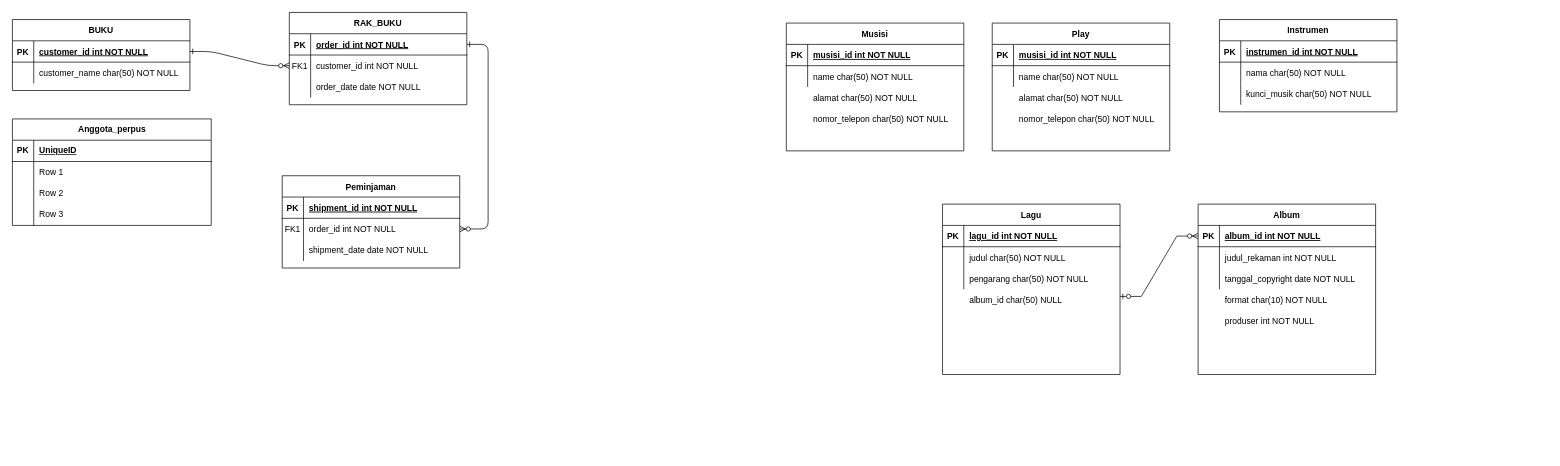
josephgreffenkomala/Basis-Data keeps this draw.io diagram as Untitled Diagram.drawio. Above is the earlier version. Source tidied: cells renumbered, new cells numbered last; positions are measured from the earlier drawing's top-left corner, leaving out a move shared by most shapes. Both pictures are drawn from the tidied source at 71%, with x=0, y=0 at pixel (12, 12).
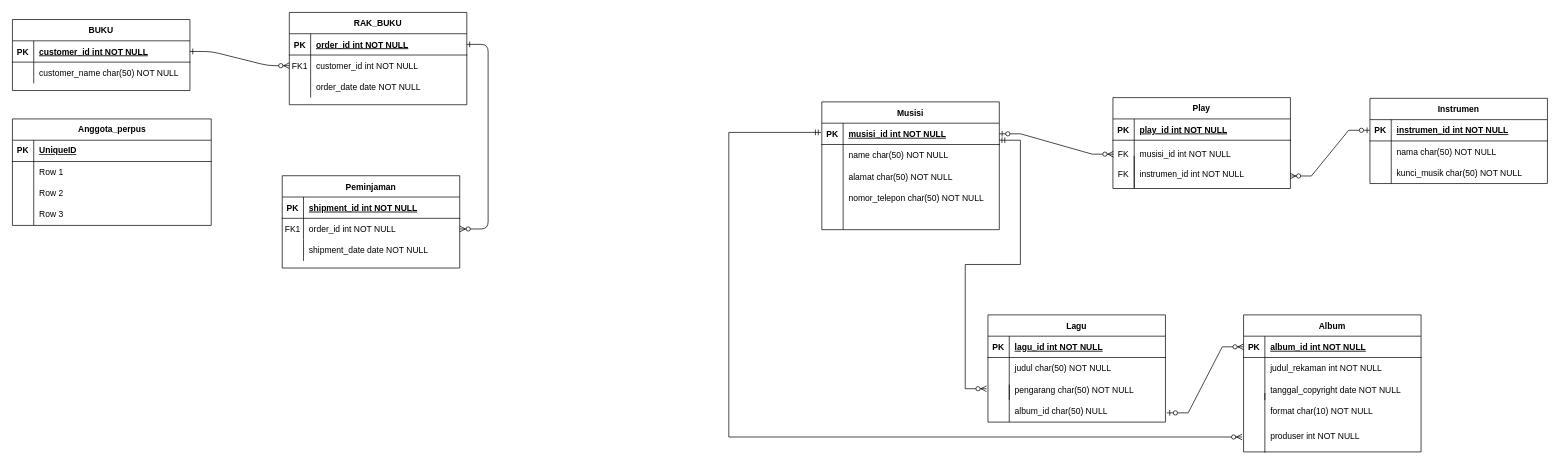
After the change.

Unchanged cells that the change refers to:
```xml
<mxCell id="32" style="shape=partialRectangle;fillColor=none;points=[[0,0.5],[1,0.5]];portConstraint=eastwest;top=0;left=0;right=0;bottom=1;" parent="31" vertex="1">
  <mxGeometry y="30" width="250" height="30" as="geometry" />
</mxCell>
<mxCell id="42" style="shape=partialRectangle;fillColor=none;points=[[0,0.5],[1,0.5]];portConstraint=eastwest;top=0;left=0;right=0;bottom=1;" parent="41" vertex="1">
  <mxGeometry y="30" width="250" height="30" as="geometry" />
</mxCell>
<mxCell id="52" style="shape=partialRectangle;fillColor=none;points=[[0,0.5],[1,0.5]];portConstraint=eastwest;top=0;left=0;right=0;bottom=1;" parent="51" vertex="1">
  <mxGeometry y="30" width="250" height="30" as="geometry" />
</mxCell>
```

What changed in the source:
```diff
@@
     <mxCell id="31" value="Instrumen" style="shape=table;startSize=30;childLayout=tableLayout;rowLines=0;fontStyle=1;align=center;" parent="1" vertex="1">
-      <mxGeometry x="1700" y="10" width="250" height="130" as="geometry" />
+      <mxGeometry x="1912" y="121" width="250" height="120" as="geometry" />
     </mxCell>
@@
     <mxCell id="41" value="Album" style="shape=table;startSize=30;childLayout=tableLayout;rowLines=0;fontStyle=1;align=center;" parent="1" vertex="1">
-      <mxGeometry x="1670" y="270" width="250" height="240" as="geometry" />
+      <mxGeometry x="1734" y="426" width="250" height="193" as="geometry" />
     </mxCell>
@@
     <mxCell id="51" value="Musisi" style="shape=table;startSize=30;childLayout=tableLayout;rowLines=0;fontStyle=1;align=center;" parent="1" vertex="1">
-      <mxGeometry x="1090" y="15" width="250" height="180" as="geometry" />
+      <mxGeometry x="1140" y="126" width="250" height="180" as="geometry" />
     </mxCell>
@@
     <mxCell id="58" value="alamat char(50) NOT NULL" style="shape=partialRectangle;overflow=hidden;fillColor=none;top=0;left=0;bottom=0;right=0;align=left;spacingLeft=6;" parent="1" vertex="1">
-      <mxGeometry x="1120" y="105" width="220" height="30" as="geometry" />
+      <mxGeometry x="1170" y="216" width="220" height="30" as="geometry" />
     </mxCell>
     <mxCell id="59" value="nomor_telepon char(50) NOT NULL" style="shape=partialRectangle;overflow=hidden;fillColor=none;top=0;left=0;bottom=0;right=0;align=left;spacingLeft=6;" parent="1" vertex="1">
-      <mxGeometry x="1120" y="135" width="220" height="30" as="geometry" />
+      <mxGeometry x="1170" y="246" width="220" height="30" as="geometry" />
     </mxCell>
     <mxCell id="60" value="format char(10) NOT NULL" style="shape=partialRectangle;overflow=hidden;fillColor=none;top=0;left=0;bottom=0;right=0;align=left;spacingLeft=6;" parent="1" vertex="1">
-      <mxGeometry x="1700" y="390" width="220" height="30" as="geometry" />
+      <mxGeometry x="1764" y="546" width="220" height="30" as="geometry" />
     </mxCell>
     <mxCell id="61" value="Lagu" style="shape=table;startSize=30;childLayout=tableLayout;rowLines=0;fontStyle=1;align=center;" parent="1" vertex="1">
-      <mxGeometry x="1310" y="270" width="250" height="240" as="geometry" />
+      <mxGeometry x="1374" y="426" width="250" height="151" as="geometry" />
     </mxCell>
@@
-    <mxCell id="71" value="Play" style="shape=table;startSize=30;childLayout=tableLayout;rowLines=0;fontStyle=1;align=center;" parent="1" vertex="1">
-      <mxGeometry x="1380" y="15" width="250" height="180" as="geometry" />
-    </mxCell>
-    <mxCell id="72" style="shape=partialRectangle;fillColor=none;top=0;left=0;right=0;bottom=1;" parent="71" vertex="1">
-      <mxGeometry y="30" width="250" height="30" as="geometry" />
-    </mxCell>
-    <mxCell id="73" value="PK" style="shape=partialRectangle;overflow=hidden;fillColor=none;top=0;left=0;bottom=0;right=0;fontStyle=1;" parent="72" vertex="1">
-      <mxGeometry width="30" height="30" as="geometry" />
-    </mxCell>
-    <mxCell id="74" value="musisi_id int NOT NULL " style="shape=partialRectangle;overflow=hidden;fillColor=none;top=0;left=0;bottom=0;right=0;align=left;spacingLeft=6;fontStyle=5;" parent="72" vertex="1">
-      <mxGeometry x="30" width="220" height="30" as="geometry" />
-    </mxCell>
-    <mxCell id="75" style="shape=partialRectangle;fillColor=none;points=[[0,0.5],[1,0.5]];portConstraint=eastwest;top=0;left=0;right=0;bottom=0;" parent="71" vertex="1">
-      <mxGeometry y="60" width="250" height="30" as="geometry" />
-    </mxCell>
-    <mxCell id="76" style="shape=partialRectangle;overflow=hidden;fillColor=none;top=0;left=0;bottom=0;right=0;" parent="75" vertex="1">
-      <mxGeometry width="30" height="30" as="geometry" />
-    </mxCell>
-    <mxCell id="77" value="name char(50) NOT NULL" style="shape=partialRectangle;overflow=hidden;fillColor=none;top=0;left=0;bottom=0;right=0;align=left;spacingLeft=6;" parent="75" vertex="1">
-      <mxGeometry x="30" width="220" height="30" as="geometry" />
-    </mxCell>
-    <mxCell id="78" value="alamat char(50) NOT NULL" style="shape=partialRectangle;overflow=hidden;fillColor=none;top=0;left=0;bottom=0;right=0;align=left;spacingLeft=6;" parent="1" vertex="1">
-      <mxGeometry x="1410" y="105" width="220" height="30" as="geometry" />
-    </mxCell>
-    <mxCell id="79" value="nomor_telepon char(50) NOT NULL" style="shape=partialRectangle;overflow=hidden;fillColor=none;top=0;left=0;bottom=0;right=0;align=left;spacingLeft=6;" parent="1" vertex="1">
-      <mxGeometry x="1410" y="135" width="220" height="30" as="geometry" />
-    </mxCell>
     <mxCell id="80" value="album_id char(50) NULL" style="shape=partialRectangle;overflow=hidden;fillColor=none;top=0;left=0;bottom=0;right=0;align=left;spacingLeft=6;" parent="1" vertex="1">
-      <mxGeometry x="1340" y="390" width="220" height="30" as="geometry" />
+      <mxGeometry x="1404" y="546" width="220" height="30" as="geometry" />
     </mxCell>
-    <mxCell id="81" style="edgeStyle=entityRelationEdgeStyle;fontSize=12;html=1;endArrow=ERzeroToMany;startArrow=ERzeroToOne;rounded=0;entryX=0;entryY=0.5;entryDx=0;entryDy=0;" parent="1" edge="1" target="42">
+    <mxCell id="81" style="edgeStyle=entityRelationEdgeStyle;fontSize=12;html=1;endArrow=ERzeroToMany;startArrow=ERzeroToOne;rounded=0;entryDx=0;entryDy=0;" parent="1" edge="1" target="42">
       <mxGeometry relative="1" as="geometry">
-        <mxPoint x="1560" y="400" as="sourcePoint" />
+        <mxPoint x="1626" y="564" as="sourcePoint" />
         <Array as="points">
-          <mxPoint x="1590" y="340" />
-          <mxPoint x="1580" y="340" />
+          <mxPoint x="1654" y="496" />
+          <mxPoint x="1644" y="496" />
         </Array>
       </mxGeometry>
     </mxCell>
     <mxCell id="82" value="produser int NOT NULL" style="shape=partialRectangle;overflow=hidden;fillColor=none;top=0;left=0;bottom=0;right=0;align=left;spacingLeft=6;" parent="1" vertex="1">
-      <mxGeometry x="1700" y="420" width="220" height="30" as="geometry" />
+      <mxGeometry x="1764" y="582" width="220" height="30" as="geometry" />
     </mxCell>
@@
+    <mxCell id="96" style="endArrow=none;html=1;rounded=0;" parent="1" edge="1">
+      <mxGeometry relative="1" as="geometry">
+        <mxPoint x="1170" y="306" as="sourcePoint" />
+        <mxPoint x="1170" y="216" as="targetPoint" />
+      </mxGeometry>
+    </mxCell>
+    <mxCell id="97" style="endArrow=none;html=1;rounded=0;" parent="1" edge="1">
+      <mxGeometry relative="1" as="geometry">
+        <mxPoint x="1404" y="577" as="sourcePoint" />
+        <mxPoint x="1404" y="524" as="targetPoint" />
+      </mxGeometry>
+    </mxCell>
+    <mxCell id="98" style="endArrow=none;html=1;rounded=0;" parent="1" edge="1">
+      <mxGeometry relative="1" as="geometry">
+        <mxPoint x="1764" y="620" as="sourcePoint" />
+        <mxPoint x="1764" y="536" as="targetPoint" />
+      </mxGeometry>
+    </mxCell>
+    <mxCell id="99" style="edgeStyle=entityRelationEdgeStyle;fontSize=12;html=1;endArrow=ERzeroToMany;startArrow=ERzeroToOne;rounded=0;entryX=0.003;entryY=0.293;entryDx=0;entryDy=0;exitX=1;exitY=0.5;exitDx=0;exitDy=0;entryPerimeter=0;" parent="1" edge="1" source="52" target="75">
+      <mxGeometry relative="1" as="geometry" />
+    </mxCell>
+    <mxCell id="100" style="edgeStyle=entityRelationEdgeStyle;fontSize=12;html=1;endArrow=ERzeroToMany;startArrow=ERzeroToOne;rounded=0;entryX=0.998;entryY=0.752;entryDx=0;entryDy=0;entryPerimeter=0;" parent="1" edge="1" source="32" target="75">
+      <mxGeometry relative="1" as="geometry">
+        <Array as="points">
+          <mxPoint x="1822" y="221" />
+          <mxPoint x="1776" y="224" />
+          <mxPoint x="1828" y="225" />
+        </Array>
+      </mxGeometry>
+    </mxCell>
+    <mxCell id="71" value="Play" style="shape=table;startSize=30;childLayout=tableLayout;rowLines=0;fontStyle=1;align=center;" parent="1" vertex="1">
+      <mxGeometry x="1550" y="120" width="250" height="128" as="geometry" />
+    </mxCell>
+    <mxCell id="72" style="shape=partialRectangle;fillColor=none;top=0;left=0;right=0;bottom=1;" parent="71" vertex="1">
+      <mxGeometry y="30" width="250" height="30" as="geometry" />
+    </mxCell>
+    <mxCell id="73" value="PK" style="shape=partialRectangle;overflow=hidden;fillColor=none;top=0;left=0;bottom=0;right=0;fontStyle=1;" parent="72" vertex="1">
+      <mxGeometry width="30" height="30" as="geometry" />
+    </mxCell>
+    <mxCell id="74" value="play_id int NOT NULL " style="shape=partialRectangle;overflow=hidden;fillColor=none;top=0;left=0;bottom=0;right=0;align=left;spacingLeft=6;fontStyle=5;" parent="72" vertex="1">
+      <mxGeometry x="30" width="220" height="30" as="geometry" />
+    </mxCell>
+    <mxCell id="75" style="shape=partialRectangle;fillColor=none;points=[[0,0.5],[1,0.5]];portConstraint=eastwest;top=0;left=0;right=0;bottom=0;" parent="71" vertex="1">
+      <mxGeometry y="60" width="250" height="67" as="geometry" />
+    </mxCell>
+    <mxCell id="76" value="FK&#10;&#10;FK" style="shape=partialRectangle;overflow=hidden;fillColor=none;top=0;left=0;bottom=0;right=0;" parent="75" vertex="1">
+      <mxGeometry width="30" height="67" as="geometry" />
+    </mxCell>
+    <mxCell id="77" value="musisi_id int NOT NULL&#10;&#10;instrumen_id int NOT NULL" style="shape=partialRectangle;overflow=hidden;fillColor=none;top=0;left=0;bottom=0;right=0;align=left;spacingLeft=6;" parent="75" vertex="1">
+      <mxGeometry x="30" width="220" height="67" as="geometry" />
+    </mxCell>
+    <mxCell id="101" style="endArrow=none;html=1;rounded=0;" parent="1" edge="1">
+      <mxGeometry relative="1" as="geometry">
+        <mxPoint x="1580" y="248" as="sourcePoint" />
+        <mxPoint x="1580" y="202" as="targetPoint" />
+      </mxGeometry>
+    </mxCell>
+    <mxCell id="102" style="edgeStyle=entityRelationEdgeStyle;fontSize=12;html=1;endArrow=ERzeroToMany;startArrow=ERmandOne;rounded=0;elbow=vertical;exitX=0.999;exitY=0.992;exitDx=0;exitDy=0;exitPerimeter=0;" parent="1" edge="1">
+      <mxGeometry relative="1" as="geometry">
+        <mxPoint x="1389.7" y="180" as="sourcePoint" />
+        <mxPoint x="1372" y="530" as="targetPoint" />
+        <Array as="points">
+          <mxPoint x="1411" y="181.2" />
+          <mxPoint x="1414" y="266.2" />
+          <mxPoint x="1346" y="519" />
+          <mxPoint x="1097" y="375.2" />
+          <mxPoint x="1194" y="366.2" />
+          <mxPoint x="1232" y="365.2" />
+        </Array>
+      </mxGeometry>
+    </mxCell>
+    <mxCell id="103" style="edgeStyle=orthogonalEdgeStyle;fontSize=12;html=1;endArrow=ERzeroToMany;startArrow=ERmandOne;rounded=0;elbow=vertical;" parent="1" edge="1">
+      <mxGeometry relative="1" as="geometry">
+        <mxPoint x="1139" y="169" as="sourcePoint" />
+        <mxPoint x="1732" y="598" as="targetPoint" />
+        <Array as="points">
+          <mxPoint x="1009" y="169" />
+          <mxPoint x="1009" y="598" />
+        </Array>
+      </mxGeometry>
+    </mxCell>
```
